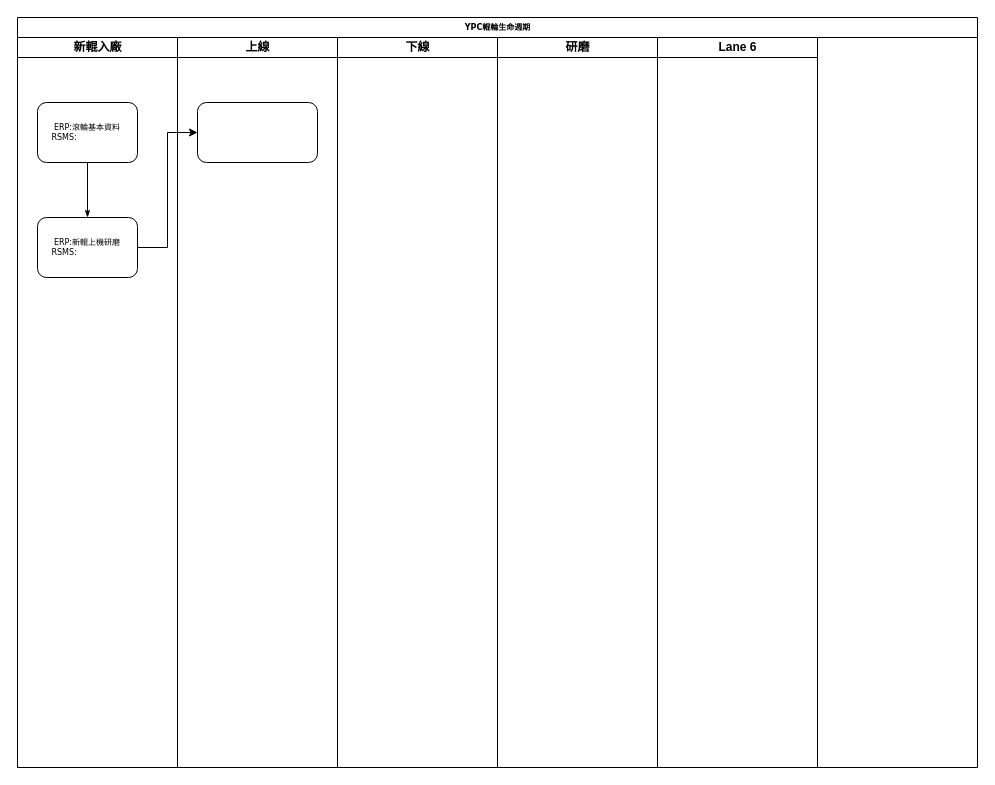
jay8809/MyApplication keeps this draw.io diagram as Untitled Diagram.drawio. Above is the earlier version. Source tidied: cells renumbered, new cells numbered last; positions are measured from the earlier drawing's top-left corner, leaving out a move shared by most shapes. Both pictures are drawn from the tidied source at 100%, with x=0, y=0 at pixel (17, 17).
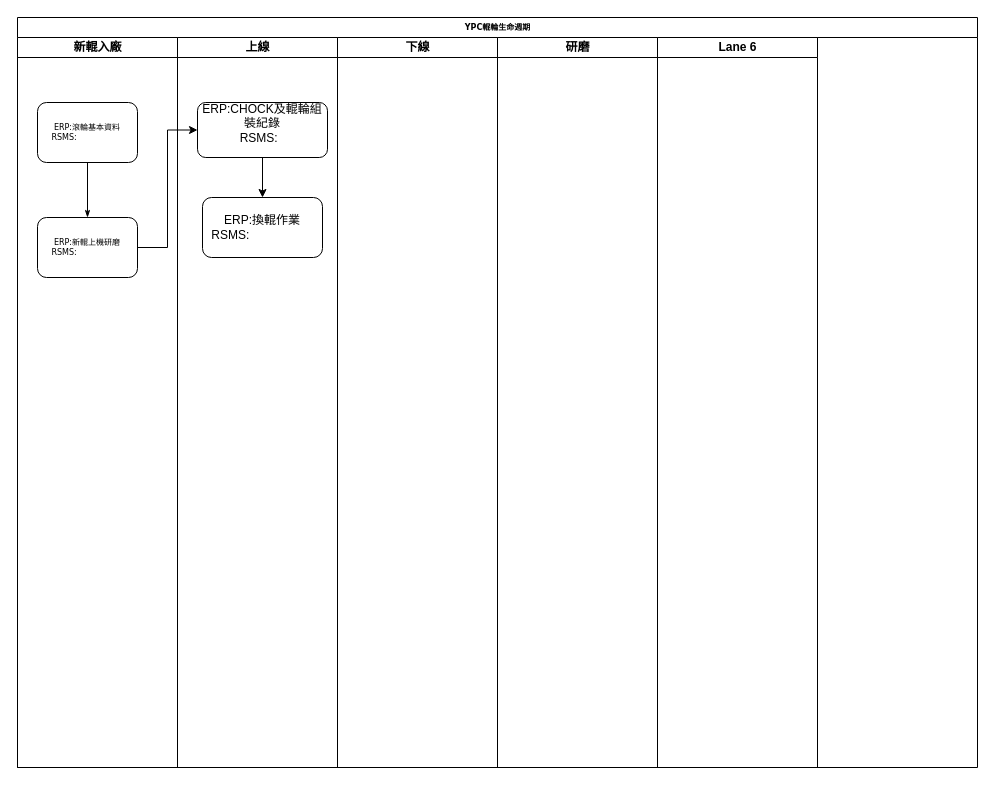
The same page after the edit.

Change to the diagram source:
```diff
@@
 <mxGraphModel background="#ffffff">
   <root>
     <mxCell id="0" />
     <mxCell id="1" parent="0" />
     <mxCell id="2" value="YPC輥輪生命週期" style="swimlane;html=1;startSize=20;rounded=0;shadow=0;labelBackgroundColor=none;strokeWidth=1;fontFamily=Verdana;fontSize=8;align=center;" parent="1" vertex="1">
       <mxGeometry width="960" height="750" as="geometry" />
     </mxCell>
     <mxCell id="3" value="新輥入廠" style="swimlane;html=1;startSize=20;" parent="2" vertex="1">
       <mxGeometry y="20" width="160" height="730" as="geometry" />
     </mxCell>
     <mxCell id="4" value="ERP:滾輪基本資料&lt;br&gt;RSMS:&amp;nbsp;&amp;nbsp;&amp;nbsp;&amp;nbsp;&amp;nbsp;&amp;nbsp;&amp;nbsp;&amp;nbsp;&amp;nbsp;&amp;nbsp;&amp;nbsp;&amp;nbsp;&amp;nbsp;&amp;nbsp;&amp;nbsp;&amp;nbsp;&amp;nbsp;&amp;nbsp; " style="rounded=1;whiteSpace=wrap;html=1;shadow=0;labelBackgroundColor=none;strokeWidth=1;fontFamily=Verdana;fontSize=8;align=center;" parent="3" vertex="1">
       <mxGeometry x="20" y="65" width="100" height="60" as="geometry" />
     </mxCell>
     <mxCell id="5" value="&lt;div&gt;ERP:新輥上機研磨&lt;/div&gt;&lt;div&gt;RSMS:&amp;nbsp;&amp;nbsp;&amp;nbsp;&amp;nbsp;&amp;nbsp;&amp;nbsp;&amp;nbsp;&amp;nbsp;&amp;nbsp;&amp;nbsp;&amp;nbsp;&amp;nbsp;&amp;nbsp;&amp;nbsp;&amp;nbsp;&amp;nbsp;&amp;nbsp;&amp;nbsp; &lt;br&gt;&lt;/div&gt;" style="rounded=1;whiteSpace=wrap;html=1;shadow=0;labelBackgroundColor=none;strokeWidth=1;fontFamily=Verdana;fontSize=8;align=center;" parent="3" vertex="1">
       <mxGeometry x="20" y="180" width="100" height="60" as="geometry" />
     </mxCell>
     <mxCell id="6" style="edgeStyle=orthogonalEdgeStyle;rounded=1;html=1;labelBackgroundColor=none;startArrow=none;startFill=0;startSize=5;endArrow=classicThin;endFill=1;endSize=5;jettySize=auto;strokeWidth=1;fontFamily=Verdana;fontSize=8;exitX=0.5;exitY=1;exitDx=0;exitDy=0;" parent="3" edge="1" source="4" target="5">
       <mxGeometry relative="1" as="geometry" />
     </mxCell>
     <mxCell id="7" value="上線" style="swimlane;html=1;startSize=20;" parent="2" vertex="1">
       <mxGeometry x="160" y="20" width="160" height="730" as="geometry" />
     </mxCell>
-    <mxCell id="8" style="rounded=1;whiteSpace=wrap;html=1;" parent="7" vertex="1">
-      <mxGeometry x="20" y="65" width="120" height="60" as="geometry" />
+    <mxCell id="8" value="&lt;div&gt;ERP:CHOCK及輥輪組裝紀錄&lt;/div&gt;&lt;div&gt;RSMS: &amp;nbsp; &amp;nbsp;&amp;nbsp;&amp;nbsp;&amp;nbsp;&amp;nbsp;&amp;nbsp;&amp;nbsp;&amp;nbsp;&amp;nbsp;&amp;nbsp;&amp;nbsp;&amp;nbsp;&amp;nbsp;&amp;nbsp;&amp;nbsp;&amp;nbsp;&amp;nbsp;&amp;nbsp;&amp;nbsp;&amp;nbsp;&amp;nbsp;&amp;nbsp;&amp;nbsp;&amp;nbsp;&amp;nbsp;&amp;nbsp;&amp;nbsp; &lt;br&gt;&lt;/div&gt;" style="rounded=1;whiteSpace=wrap;html=1;" parent="7" vertex="1">
+      <mxGeometry x="20" y="65" width="130" height="55" as="geometry" />
     </mxCell>
+    <mxCell id="13" style="endArrow=classic;html=1;exitX=0.5;exitY=1;exitDx=0;exitDy=0;entryX=0.5;entryY=0;entryDx=0;entryDy=0;" parent="7" edge="1" source="8" target="14">
+      <mxGeometry relative="1" as="geometry" />
+    </mxCell>
+    <mxCell id="14" value="&lt;div&gt;ERP:換輥作業&lt;/div&gt;&lt;div&gt;RSMS:&amp;nbsp;&amp;nbsp;&amp;nbsp;&amp;nbsp;&amp;nbsp;&amp;nbsp;&amp;nbsp;&amp;nbsp;&amp;nbsp;&amp;nbsp;&amp;nbsp;&amp;nbsp;&amp;nbsp;&amp;nbsp;&amp;nbsp;&amp;nbsp;&amp;nbsp;&amp;nbsp;&amp;nbsp; &lt;br&gt;&lt;/div&gt;" style="rounded=1;whiteSpace=wrap;html=1;" parent="7" vertex="1">
+      <mxGeometry x="25" y="160" width="120" height="60" as="geometry" />
+    </mxCell>
     <mxCell id="9" value="下線" style="swimlane;html=1;startSize=20;" parent="2" vertex="1">
       <mxGeometry x="320" y="20" width="160" height="730" as="geometry" />
     </mxCell>
     <mxCell id="10" value="研磨" style="swimlane;html=1;startSize=20;" parent="2" vertex="1">
       <mxGeometry x="480" y="20" width="160" height="730" as="geometry" />
     </mxCell>
     <mxCell id="11" value="Lane 6" style="swimlane;html=1;startSize=20;" parent="2" vertex="1">
       <mxGeometry x="640" y="20" width="160" height="730" as="geometry" />
     </mxCell>
     <mxCell id="12" style="edgeStyle=orthogonalEdgeStyle;rounded=0;jettySize=auto;html=1;exitX=1;exitY=0.5;exitDx=0;exitDy=0;entryX=0;entryY=0.5;entryDx=0;entryDy=0;" parent="2" edge="1" source="5" target="8">
       <mxGeometry relative="1" as="geometry" />
     </mxCell>
   </root>
 </mxGraphModel>
```
